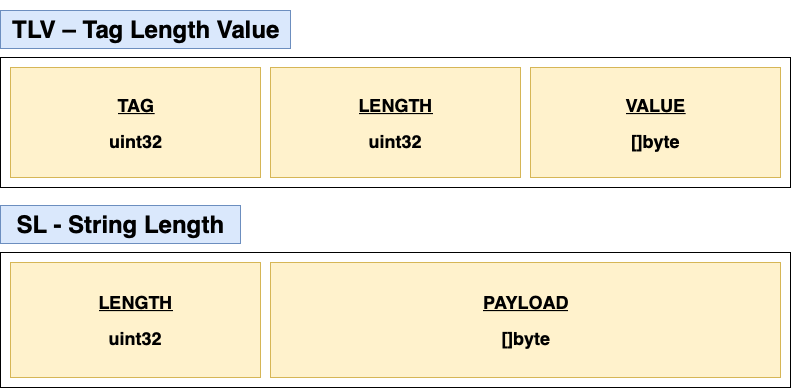
The draw.io diagram ds.png in r00takaspin/icq-go, before a commit. Source tidied: cells renumbered, new cells last; positions are measured from the earlier drawing's top-left corner, leaving out a move shared by most shapes.
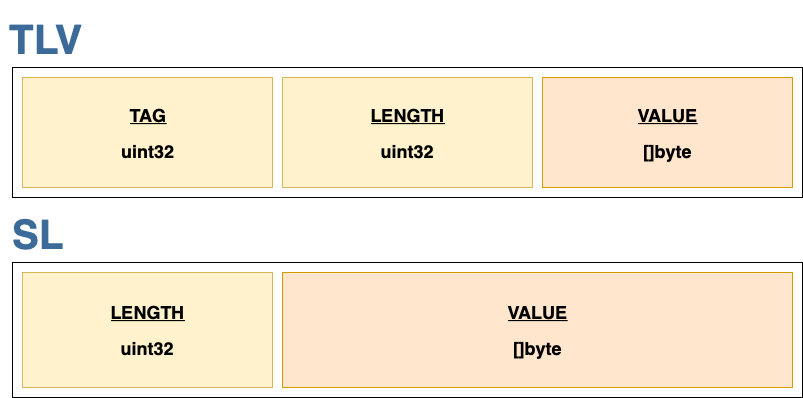
Later version of the same file.

Diff of the diagram source:
```diff
@@ -8,14 +8,14 @@
     <mxCell id="3" value="&lt;h2&gt;&lt;u&gt;LENGTH&lt;/u&gt;&lt;/h2&gt;&lt;h2&gt;uint32&lt;/h2&gt;" style="rounded=0;whiteSpace=wrap;html=1;fillColor=#fff2cc;strokeColor=#d6b656;" parent="1" vertex="1">
       <mxGeometry x="10" y="252" width="250" height="115" as="geometry" />
     </mxCell>
-    <mxCell id="4" value="&lt;h2&gt;&lt;u&gt;PAYLOAD&lt;/u&gt;&lt;/h2&gt;&lt;h2&gt;[]byte&lt;/h2&gt;" style="rounded=0;whiteSpace=wrap;html=1;fillColor=#fff2cc;strokeColor=#d6b656;" parent="1" vertex="1">
+    <mxCell id="4" value="&lt;h2&gt;&lt;u&gt;VALUE&lt;/u&gt;&lt;/h2&gt;&lt;h2&gt;[]byte&lt;/h2&gt;" style="rounded=0;whiteSpace=wrap;html=1;fillColor=#ffe6cc;strokeColor=#d79b00;" parent="1" vertex="1">
       <mxGeometry x="270" y="252" width="510" height="115" as="geometry" />
     </mxCell>
     <mxCell id="5" style="rounded=0;whiteSpace=wrap;html=1;" parent="1" vertex="1">
       <mxGeometry y="47" width="790" height="130" as="geometry" />
     </mxCell>
-    <mxCell id="6" value="&lt;h1&gt;TLV – Tag Length Value&lt;/h1&gt;" style="text;html=1;strokeColor=#6c8ebf;fillColor=#dae8fc;align=center;verticalAlign=middle;whiteSpace=wrap;rounded=0;" parent="1" vertex="1">
-      <mxGeometry width="290" height="38" as="geometry" />
+    <mxCell id="6" value="&lt;h1&gt;&lt;font style=&quot;font-size: 40px&quot;&gt;TLV&lt;/font&gt;&lt;/h1&gt;" style="text;html=1;align=center;verticalAlign=middle;whiteSpace=wrap;rounded=0;fontColor=#3D6B99;" parent="1" vertex="1">
+      <mxGeometry x="-12" width="90" height="37" as="geometry" />
     </mxCell>
     <mxCell id="7" value="&lt;h2&gt;&lt;u&gt;TAG&lt;/u&gt;&lt;/h2&gt;&lt;h2&gt;uint32&lt;/h2&gt;" style="rounded=0;whiteSpace=wrap;html=1;fillColor=#fff2cc;strokeColor=#d6b656;" parent="1" vertex="1">
       <mxGeometry x="10" y="57" width="250" height="110" as="geometry" />
@@ -23,11 +23,11 @@
     <mxCell id="8" value="&lt;h2&gt;&lt;u&gt;LENGTH&lt;/u&gt;&lt;/h2&gt;&lt;h2&gt;uint32&lt;/h2&gt;" style="rounded=0;whiteSpace=wrap;html=1;fillColor=#fff2cc;strokeColor=#d6b656;" parent="1" vertex="1">
       <mxGeometry x="270" y="57" width="250" height="110" as="geometry" />
     </mxCell>
-    <mxCell id="9" value="&lt;h2&gt;&lt;u&gt;VALUE&lt;/u&gt;&lt;/h2&gt;&lt;h2&gt;[]byte&lt;/h2&gt;" style="rounded=0;whiteSpace=wrap;html=1;fillColor=#fff2cc;strokeColor=#d6b656;" parent="1" vertex="1">
+    <mxCell id="9" value="&lt;h2&gt;&lt;u&gt;VALUE&lt;/u&gt;&lt;/h2&gt;&lt;h2&gt;[]byte&lt;/h2&gt;" style="rounded=0;whiteSpace=wrap;html=1;fillColor=#ffe6cc;strokeColor=#d79b00;" parent="1" vertex="1">
       <mxGeometry x="530" y="57" width="250" height="110" as="geometry" />
     </mxCell>
-    <mxCell id="10" value="&lt;h1&gt;SL - String Length&lt;/h1&gt;" style="text;html=1;strokeColor=#6c8ebf;fillColor=#dae8fc;align=center;verticalAlign=middle;whiteSpace=wrap;rounded=0;" parent="1" vertex="1">
-      <mxGeometry y="195" width="240" height="38" as="geometry" />
+    <mxCell id="10" value="&lt;h1&gt;&lt;font style=&quot;font-size: 40px&quot; color=&quot;#3d6b99&quot;&gt;SL&lt;/font&gt;&lt;/h1&gt;" style="text;html=1;align=center;verticalAlign=middle;whiteSpace=wrap;rounded=0;" parent="1" vertex="1">
+      <mxGeometry y="195" width="50" height="38" as="geometry" />
     </mxCell>
   </root>
 </mxGraphModel>
```
